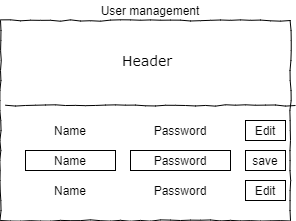
Above: img/user_management.png in ThijsVlaeyen/IP-Major (draw.io), before the change. Source tidied: cells renumbered, new cells last; positions are measured from the earlier drawing's top-left corner, leaving out a move shared by most shapes. The source it was exported from:
```xml
<mxGraphModel>
  <root>
    <mxCell id="0" />
    <mxCell id="1" parent="0" />
    <mxCell id="2" value="User management" style="text;html=1;strokeColor=none;fillColor=none;align=center;verticalAlign=middle;whiteSpace=wrap;rounded=0;" parent="1" vertex="1">
      <mxGeometry x="95" width="110" height="20" as="geometry" />
    </mxCell>
    <mxCell id="3" style="whiteSpace=wrap;html=1;rounded=0;shadow=0;labelBackgroundColor=none;strokeColor=#000000;strokeWidth=1;fillColor=none;fontFamily=Verdana;fontSize=12;fontColor=#000000;align=center;comic=1;" parent="1" vertex="1">
      <mxGeometry y="20" width="290" height="200" as="geometry" />
    </mxCell>
    <mxCell id="4" style="line;strokeWidth=1;html=1;rounded=0;shadow=0;labelBackgroundColor=none;fillColor=none;fontFamily=Verdana;fontSize=14;fontColor=#000000;align=center;comic=1;" parent="1" vertex="1">
      <mxGeometry x="5" y="100" width="290" height="10" as="geometry" />
    </mxCell>
    <mxCell id="5" value="Header" style="text;html=1;align=left;verticalAlign=top;spacingTop=-4;fontSize=14;fontFamily=Verdana;" parent="1" vertex="1">
      <mxGeometry x="120" y="50" width="60" height="20" as="geometry" />
    </mxCell>
    <mxCell id="6" value="Name" style="text;html=1;strokeColor=none;fillColor=none;align=center;verticalAlign=middle;whiteSpace=wrap;rounded=0;" parent="1" vertex="1">
      <mxGeometry x="25" y="120" width="90" height="20" as="geometry" />
    </mxCell>
    <mxCell id="7" value="Password" style="text;html=1;strokeColor=none;fillColor=none;align=center;verticalAlign=middle;whiteSpace=wrap;rounded=0;" parent="1" vertex="1">
      <mxGeometry x="135" y="120" width="90" height="20" as="geometry" />
    </mxCell>
    <mxCell id="8" value="Edit" style="rounded=0;whiteSpace=wrap;html=1;" parent="1" vertex="1">
      <mxGeometry x="245" y="120" width="40" height="20" as="geometry" />
    </mxCell>
    <mxCell id="9" value="Name" style="text;html=1;strokeColor=none;fillColor=none;align=center;verticalAlign=middle;whiteSpace=wrap;rounded=0;" parent="1" vertex="1">
      <mxGeometry x="25" y="180" width="90" height="20" as="geometry" />
    </mxCell>
    <mxCell id="10" value="Password" style="text;html=1;strokeColor=none;fillColor=none;align=center;verticalAlign=middle;whiteSpace=wrap;rounded=0;" parent="1" vertex="1">
      <mxGeometry x="125" y="180" width="110" height="20" as="geometry" />
    </mxCell>
    <mxCell id="11" value="Edit" style="rounded=0;whiteSpace=wrap;html=1;" parent="1" vertex="1">
      <mxGeometry x="245" y="180" width="40" height="20" as="geometry" />
    </mxCell>
    <mxCell id="12" value="save" style="rounded=0;whiteSpace=wrap;html=1;" parent="1" vertex="1">
      <mxGeometry x="245" y="150" width="40" height="20" as="geometry" />
    </mxCell>
    <mxCell id="13" value="Name" style="rounded=0;whiteSpace=wrap;html=1;" parent="1" vertex="1">
      <mxGeometry x="25" y="150" width="90" height="20" as="geometry" />
    </mxCell>
    <mxCell id="14" value="Password" style="rounded=0;whiteSpace=wrap;html=1;" parent="1" vertex="1">
      <mxGeometry x="130" y="150" width="100" height="20" as="geometry" />
    </mxCell>
  </root>
</mxGraphModel>
```
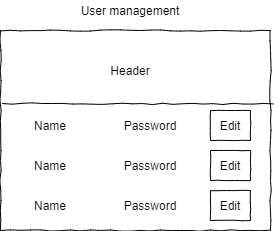
Above is the later version.

Commit message:
update user management image

Change to the diagram source:
```diff
@@ -2,44 +2,44 @@
   <root>
     <mxCell id="0" />
     <mxCell id="1" parent="0" />
+    <mxCell id="15" style="rounded=0;whiteSpace=wrap;html=1;strokeColor=#000000;glass=0;shadow=0;comic=1;" parent="1" vertex="1">
+      <mxGeometry x="-725" y="50" width="270" height="200" as="geometry" />
+    </mxCell>
-    <mxCell id="2" value="User management" style="text;html=1;strokeColor=none;fillColor=none;align=center;verticalAlign=middle;whiteSpace=wrap;rounded=0;" parent="1" vertex="1">
-      <mxGeometry x="95" width="110" height="20" as="geometry" />
+    <mxCell id="2" value="User management" style="text;html=1;strokeColor=none;fillColor=none;align=center;verticalAlign=middle;whiteSpace=wrap;rounded=0;shadow=0;glass=0;comic=1;" parent="1" vertex="1">
+      <mxGeometry x="-655" y="20" width="120" height="20" as="geometry" />
     </mxCell>
-    <mxCell id="3" style="whiteSpace=wrap;html=1;rounded=0;shadow=0;labelBackgroundColor=none;strokeColor=#000000;strokeWidth=1;fillColor=none;fontFamily=Verdana;fontSize=12;fontColor=#000000;align=center;comic=1;" parent="1" vertex="1">
-      <mxGeometry y="20" width="290" height="200" as="geometry" />
-    </mxCell>
-    <mxCell id="4" style="line;strokeWidth=1;html=1;rounded=0;shadow=0;labelBackgroundColor=none;fillColor=none;fontFamily=Verdana;fontSize=14;fontColor=#000000;align=center;comic=1;" parent="1" vertex="1">
-      <mxGeometry x="5" y="100" width="290" height="10" as="geometry" />
-    </mxCell>
+    <mxCell id="16" style="endArrow=none;html=1;comic=1;entryX=0.006;entryY=0.365;entryDx=0;entryDy=0;exitX=1.01;exitY=0.368;exitDx=0;exitDy=0;exitPerimeter=0;entryPerimeter=0;" parent="1" edge="1" source="15" target="15">
+      <mxGeometry relative="1" as="geometry" />
+    </mxCell>
-    <mxCell id="5" value="Header" style="text;html=1;align=left;verticalAlign=top;spacingTop=-4;fontSize=14;fontFamily=Verdana;" parent="1" vertex="1">
-      <mxGeometry x="120" y="50" width="60" height="20" as="geometry" />
+    <mxCell id="5" value="Header" style="text;html=1;strokeColor=none;fillColor=none;align=center;verticalAlign=middle;whiteSpace=wrap;rounded=0;shadow=0;glass=0;comic=1;" parent="1" vertex="1">
+      <mxGeometry x="-615" y="80" width="40" height="20" as="geometry" />
     </mxCell>
-    <mxCell id="6" value="Name" style="text;html=1;strokeColor=none;fillColor=none;align=center;verticalAlign=middle;whiteSpace=wrap;rounded=0;" parent="1" vertex="1">
-      <mxGeometry x="25" y="120" width="90" height="20" as="geometry" />
-    </mxCell>
-    <mxCell id="7" value="Password" style="text;html=1;strokeColor=none;fillColor=none;align=center;verticalAlign=middle;whiteSpace=wrap;rounded=0;" parent="1" vertex="1">
-      <mxGeometry x="135" y="120" width="90" height="20" as="geometry" />
-    </mxCell>
-    <mxCell id="8" value="Edit" style="rounded=0;whiteSpace=wrap;html=1;" parent="1" vertex="1">
-      <mxGeometry x="245" y="120" width="40" height="20" as="geometry" />
-    </mxCell>
-    <mxCell id="9" value="Name" style="text;html=1;strokeColor=none;fillColor=none;align=center;verticalAlign=middle;whiteSpace=wrap;rounded=0;" parent="1" vertex="1">
-      <mxGeometry x="25" y="180" width="90" height="20" as="geometry" />
-    </mxCell>
-    <mxCell id="10" value="Password" style="text;html=1;strokeColor=none;fillColor=none;align=center;verticalAlign=middle;whiteSpace=wrap;rounded=0;" parent="1" vertex="1">
-      <mxGeometry x="125" y="180" width="110" height="20" as="geometry" />
-    </mxCell>
-    <mxCell id="11" value="Edit" style="rounded=0;whiteSpace=wrap;html=1;" parent="1" vertex="1">
-      <mxGeometry x="245" y="180" width="40" height="20" as="geometry" />
-    </mxCell>
-    <mxCell id="12" value="save" style="rounded=0;whiteSpace=wrap;html=1;" parent="1" vertex="1">
-      <mxGeometry x="245" y="150" width="40" height="20" as="geometry" />
-    </mxCell>
-    <mxCell id="13" value="Name" style="rounded=0;whiteSpace=wrap;html=1;" parent="1" vertex="1">
-      <mxGeometry x="25" y="150" width="90" height="20" as="geometry" />
-    </mxCell>
-    <mxCell id="14" value="Password" style="rounded=0;whiteSpace=wrap;html=1;" parent="1" vertex="1">
-      <mxGeometry x="130" y="150" width="100" height="20" as="geometry" />
-    </mxCell>
+    <mxCell id="17" value="Name" style="text;html=1;strokeColor=none;fillColor=none;align=center;verticalAlign=middle;whiteSpace=wrap;rounded=0;shadow=0;glass=0;comic=1;" parent="1" vertex="1">
+      <mxGeometry x="-695" y="135" width="40" height="20" as="geometry" />
+    </mxCell>
+    <mxCell id="18" value="Password" style="text;html=1;strokeColor=none;fillColor=none;align=center;verticalAlign=middle;whiteSpace=wrap;rounded=0;shadow=0;glass=0;comic=1;" parent="1" vertex="1">
+      <mxGeometry x="-595" y="135" width="40" height="20" as="geometry" />
+    </mxCell>
+    <mxCell id="19" value="Edit" style="rounded=0;whiteSpace=wrap;html=1;shadow=0;glass=0;comic=1;strokeColor=#000000;" parent="1" vertex="1">
+      <mxGeometry x="-515" y="130" width="40" height="30" as="geometry" />
+    </mxCell>
+    <mxCell id="20" value="Name" style="text;html=1;strokeColor=none;fillColor=none;align=center;verticalAlign=middle;whiteSpace=wrap;rounded=0;shadow=0;glass=0;comic=1;" parent="1" vertex="1">
+      <mxGeometry x="-695" y="175" width="40" height="20" as="geometry" />
+    </mxCell>
+    <mxCell id="21" value="Password" style="text;html=1;strokeColor=none;fillColor=none;align=center;verticalAlign=middle;whiteSpace=wrap;rounded=0;shadow=0;glass=0;comic=1;" parent="1" vertex="1">
+      <mxGeometry x="-595" y="175" width="40" height="20" as="geometry" />
+    </mxCell>
+    <mxCell id="22" value="Edit" style="rounded=0;whiteSpace=wrap;html=1;shadow=0;glass=0;comic=1;strokeColor=#000000;" parent="1" vertex="1">
+      <mxGeometry x="-515" y="170" width="40" height="30" as="geometry" />
+    </mxCell>
+    <mxCell id="23" value="Name" style="text;html=1;strokeColor=none;fillColor=none;align=center;verticalAlign=middle;whiteSpace=wrap;rounded=0;shadow=0;glass=0;comic=1;" parent="1" vertex="1">
+      <mxGeometry x="-695" y="215" width="40" height="20" as="geometry" />
+    </mxCell>
+    <mxCell id="24" value="Password" style="text;html=1;strokeColor=none;fillColor=none;align=center;verticalAlign=middle;whiteSpace=wrap;rounded=0;shadow=0;glass=0;comic=1;" parent="1" vertex="1">
+      <mxGeometry x="-595" y="215" width="40" height="20" as="geometry" />
+    </mxCell>
+    <mxCell id="25" value="Edit" style="rounded=0;whiteSpace=wrap;html=1;shadow=0;glass=0;comic=1;strokeColor=#000000;" parent="1" vertex="1">
+      <mxGeometry x="-515" y="210" width="40" height="30" as="geometry" />
+    </mxCell>
   </root>
 </mxGraphModel>
```
